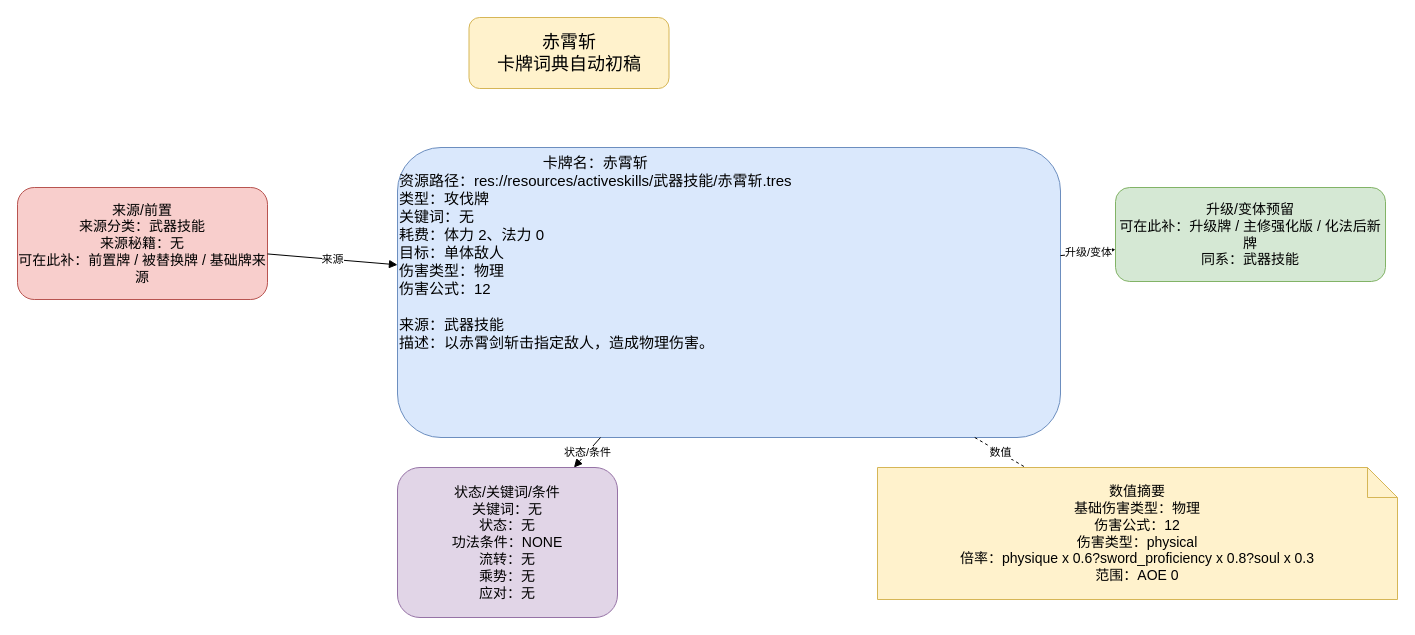
The draw.io diagram docs/卡牌词典/武器技能/赤霄斩.drawio in ankundanetracyc-spec/tian-guan-you-du, before the edit. Source tidied: cells renumbered, new cells numbered last; positions are measured from the earlier drawing's top-left corner, leaving out a move shared by most shapes. Both pictures are drawn from the tidied source at 100%, with x=0, y=0 at pixel (17, 17).
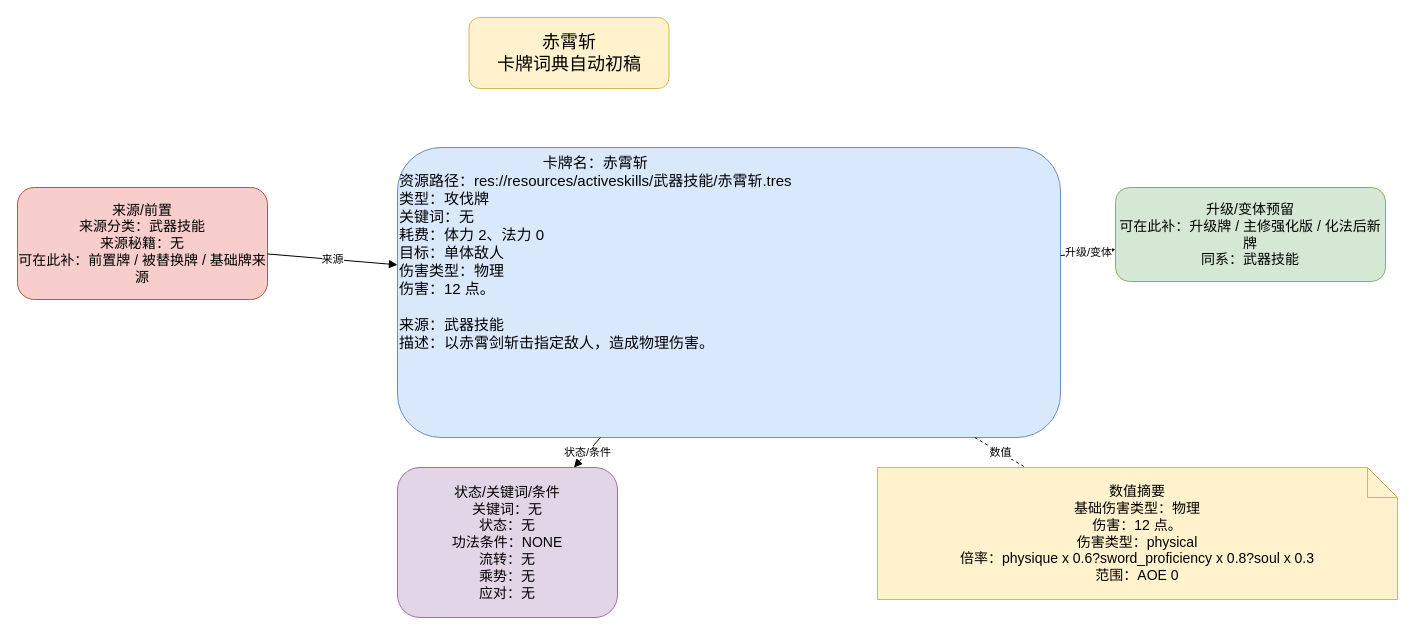
Above is the later version.

What changed in the source:
```diff
@@
 <mxGraphModel>
   <root>
     <mxCell id="0" />
     <mxCell id="1" parent="0" />
     <mxCell id="2" value="赤霄斩&#10;卡牌词典自动初稿" style="rounded=1;whiteSpace=wrap;html=1;fillColor=#fff2cc;strokeColor=#d6b656;fontSize=18;" parent="1" vertex="1">
       <mxGeometry x="451.5" width="200" height="71" as="geometry" />
     </mxCell>
-    <mxCell id="3" value="&lt;div style=&quot;text-align:center;&quot;&gt;卡牌名：赤霄斩&lt;/div&gt;&lt;div style=&quot;text-align:left;&quot;&gt;资源路径：res://resources/activeskills/武器技能/赤霄斩.tres&lt;br&gt;类型：攻伐牌&lt;br&gt;关键词：无&lt;br&gt;耗费：体力 2、法力 0&lt;br&gt;目标：单体敌人&lt;br&gt;伤害类型：物理&lt;br&gt;伤害公式：12&lt;/div&gt;&lt;br&gt;来源：武器技能&lt;br&gt;描述：以赤霄剑斩击指定敌人，造成物理伤害。" style="rounded=1;whiteSpace=wrap;html=1;fillColor=#dae8fc;strokeColor=#6c8ebf;fontSize=15;align=left;verticalAlign=top;" parent="1" vertex="1">
+    <mxCell id="3" value="&lt;div style=&quot;text-align:center;&quot;&gt;卡牌名：赤霄斩&lt;/div&gt;&lt;div style=&quot;text-align:left;&quot;&gt;资源路径：res://resources/activeskills/武器技能/赤霄斩.tres&lt;br&gt;类型：攻伐牌&lt;br&gt;关键词：无&lt;br&gt;耗费：体力 2、法力 0&lt;br&gt;目标：单体敌人&lt;br&gt;伤害类型：物理&lt;br&gt;伤害：12 点。&lt;/div&gt;&lt;br&gt;来源：武器技能&lt;br&gt;描述：以赤霄剑斩击指定敌人，造成物理伤害。" style="rounded=1;whiteSpace=wrap;html=1;fillColor=#dae8fc;strokeColor=#6c8ebf;fontSize=15;align=left;verticalAlign=top;" parent="1" vertex="1">
       <mxGeometry x="380" y="130" width="663" height="290" as="geometry" />
     </mxCell>
     <mxCell id="4" value="来源/前置&#10;来源分类：武器技能&#10;来源秘籍：无&#10;可在此补：前置牌 / 被替换牌 / 基础牌来源" style="rounded=1;whiteSpace=wrap;html=1;fillColor=#f8cecc;strokeColor=#b85450;fontSize=14;" parent="1" vertex="1">
       <mxGeometry y="170" width="250" height="112" as="geometry" />
     </mxCell>
     <mxCell id="5" value="升级/变体预留&#10;可在此补：升级牌 / 主修强化版 / 化法后新牌&#10;同系：武器技能" style="rounded=1;whiteSpace=wrap;html=1;fillColor=#d5e8d4;strokeColor=#82b366;fontSize=14;" parent="1" vertex="1">
       <mxGeometry x="1098" y="170" width="270" height="94" as="geometry" />
     </mxCell>
     <mxCell id="6" value="状态/关键词/条件&#10;关键词：无&#10;状态：无&#10;功法条件：NONE&#10;流转：无&#10;乘势：无&#10;应对：无" style="rounded=1;whiteSpace=wrap;html=1;fillColor=#e1d5e7;strokeColor=#9673a6;fontSize=14;" parent="1" vertex="1">
       <mxGeometry x="380" y="450" width="220" height="150" as="geometry" />
     </mxCell>
-    <mxCell id="7" value="数值摘要&lt;br&gt;基础伤害类型：物理&lt;br&gt;伤害公式：12&lt;br&gt;伤害类型：physical&lt;br&gt;倍率：physique x 0.6?sword_proficiency x 0.8?soul x 0.3&lt;br&gt;范围：AOE 0" style="shape=note;whiteSpace=wrap;html=1;fillColor=#fff2cc;strokeColor=#d6b656;fontSize=14;" parent="1" vertex="1">
+    <mxCell id="7" value="数值摘要&lt;br&gt;基础伤害类型：物理&lt;br&gt;伤害：12 点。&lt;br&gt;伤害类型：physical&lt;br&gt;倍率：physique x 0.6?sword_proficiency x 0.8?soul x 0.3&lt;br&gt;范围：AOE 0" style="shape=note;whiteSpace=wrap;html=1;fillColor=#fff2cc;strokeColor=#d6b656;fontSize=14;" parent="1" vertex="1">
       <mxGeometry x="860" y="450" width="520" height="132" as="geometry" />
     </mxCell>
     <mxCell id="8" value="来源" style="endArrow=block;html=1;rounded=0;" parent="1" edge="1" source="4" target="3">
       <mxGeometry relative="1" as="geometry" />
     </mxCell>
     <mxCell id="9" value="升级/变体" style="endArrow=block;html=1;rounded=0;" parent="1" edge="1" source="3" target="5">
       <mxGeometry relative="1" as="geometry" />
     </mxCell>
     <mxCell id="10" value="状态/条件" style="endArrow=block;html=1;rounded=0;" parent="1" edge="1" source="3" target="6">
       <mxGeometry relative="1" as="geometry" />
     </mxCell>
     <mxCell id="11" value="数值" style="endArrow=none;dashed=1;html=1;" parent="1" edge="1" source="3" target="7">
       <mxGeometry relative="1" as="geometry" />
     </mxCell>
   </root>
 </mxGraphModel>
```
